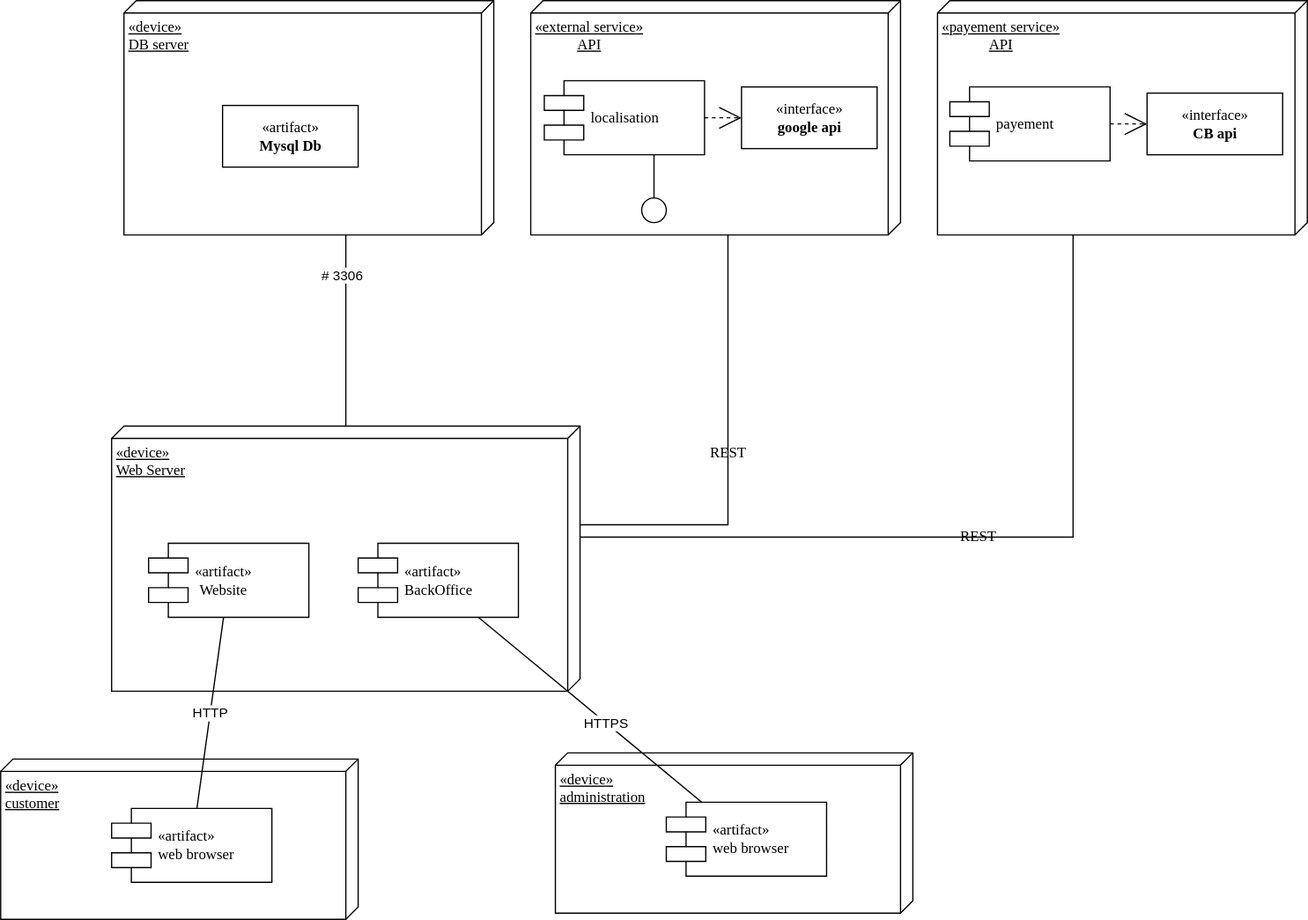
Earlier version of the draw.io export docs/DD_P6.svg (jean-charles-gibier/OC_pizza). Source tidied: cells renumbered, new cells last; positions are measured from the earlier drawing's top-left corner, leaving out a move shared by most shapes.
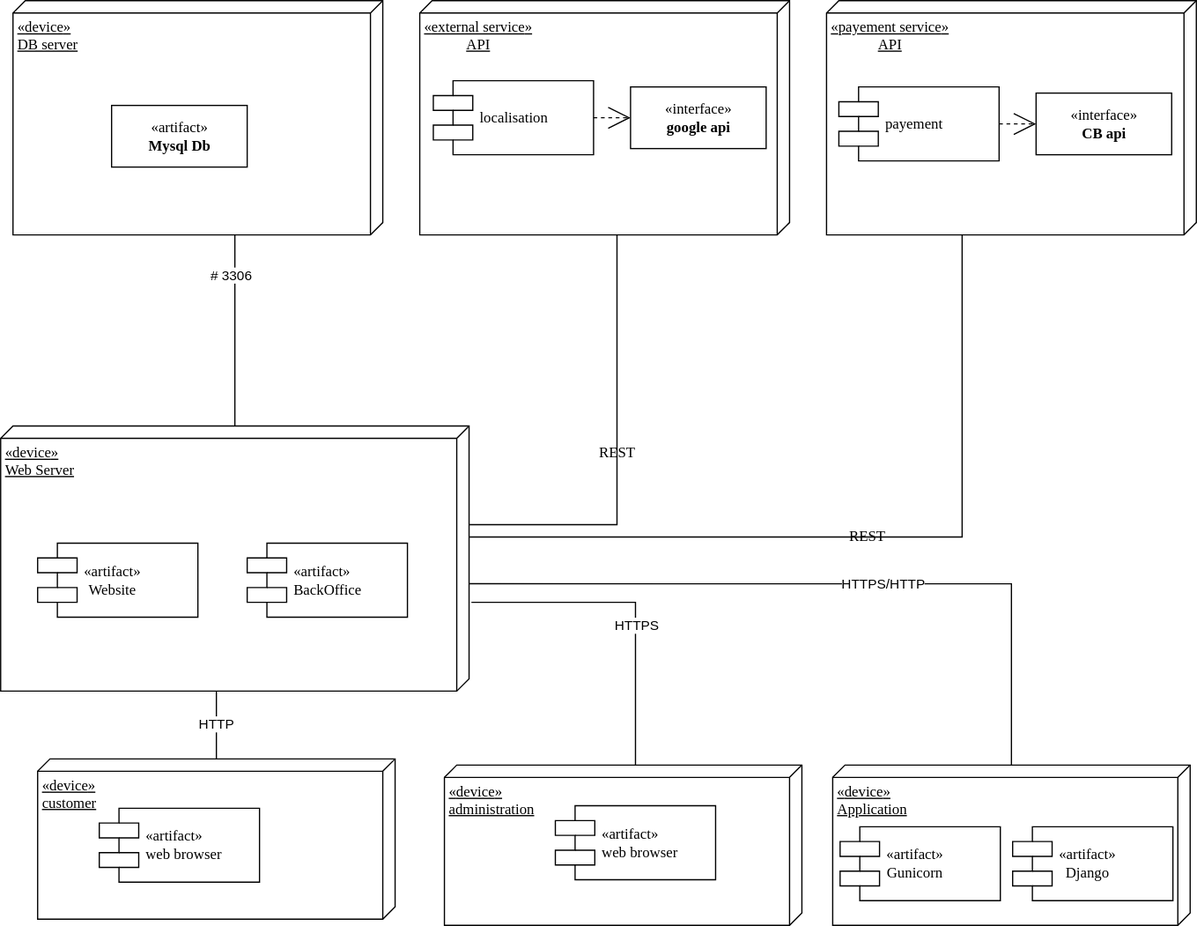
Later version of the same file.

Diff of the diagram source:
```diff
@@ -20,15 +20,9 @@
     <mxCell id="7" value="«interface»&lt;br&gt;&lt;b&gt;google api&lt;/b&gt;" style="html=1;rounded=0;shadow=0;comic=0;labelBackgroundColor=none;strokeWidth=1;fontFamily=Verdana;fontSize=12;align=center;" parent="1" vertex="1">
       <mxGeometry x="601" y="70" width="110" height="50" as="geometry" />
     </mxCell>
-    <mxCell id="8" style="ellipse;whiteSpace=wrap;html=1;rounded=0;shadow=0;comic=0;labelBackgroundColor=none;strokeWidth=1;fontFamily=Verdana;fontSize=12;align=center;" parent="1" vertex="1">
-      <mxGeometry x="520" y="160" width="20" height="20" as="geometry" />
-    </mxCell>
     <mxCell id="9" value="&lt;span style=&quot;text-align: center&quot;&gt;«&lt;/span&gt;&lt;span style=&quot;text-align: center&quot;&gt;artifact&lt;/span&gt;&lt;span style=&quot;text-align: center&quot;&gt;»&lt;/span&gt;&lt;div style=&quot;text-align: center&quot;&gt;&lt;span&gt;Website&lt;/span&gt;&lt;/div&gt;" style="shape=component;align=left;spacingLeft=36;rounded=0;shadow=0;comic=0;labelBackgroundColor=none;strokeWidth=1;fontFamily=Verdana;fontSize=12;html=1;" parent="1" vertex="1">
       <mxGeometry x="120" y="440" width="130" height="60" as="geometry" />
     </mxCell>
-    <mxCell id="10" style="edgeStyle=elbowEdgeStyle;rounded=0;html=1;labelBackgroundColor=none;startArrow=none;startFill=0;startSize=8;endArrow=none;endFill=0;endSize=16;fontFamily=Verdana;fontSize=12;" parent="1" edge="1" source="8" target="6">
-      <mxGeometry relative="1" as="geometry" />
-    </mxCell>
     <mxCell id="11" style="edgeStyle=orthogonalEdgeStyle;rounded=0;html=1;dashed=1;labelBackgroundColor=none;startArrow=none;startFill=0;startSize=8;endArrow=open;endFill=0;endSize=16;fontFamily=Verdana;fontSize=12;" parent="1" edge="1" source="6" target="7">
       <mxGeometry relative="1" as="geometry" />
     </mxCell>
@@ -72,25 +66,51 @@
       </mxGeometry>
     </mxCell>
     <mxCell id="21" value="&lt;span style=&quot;text-align: center&quot;&gt;«&lt;/span&gt;device&lt;span style=&quot;text-align: center&quot;&gt;»&lt;br&gt;&lt;/span&gt;customer" style="verticalAlign=top;align=left;spacingTop=8;spacingLeft=2;spacingRight=12;shape=cube;size=10;direction=south;fontStyle=4;html=1;rounded=0;shadow=0;comic=0;labelBackgroundColor=none;strokeWidth=1;fontFamily=Verdana;fontSize=12;" parent="1" vertex="1">
-      <mxGeometry y="615" width="290" height="130" as="geometry" />
+      <mxGeometry x="120" y="615" width="290" height="130" as="geometry" />
     </mxCell>
     <mxCell id="22" value="&lt;span style=&quot;text-align: center&quot;&gt;«&lt;/span&gt;&lt;span style=&quot;text-align: center&quot;&gt;artifact&lt;/span&gt;&lt;span style=&quot;text-align: center&quot;&gt;»&lt;/span&gt;&lt;div style=&quot;text-align: center&quot;&gt;&lt;span&gt;web browser&lt;/span&gt;&lt;/div&gt;" style="shape=component;align=left;spacingLeft=36;rounded=0;shadow=0;comic=0;labelBackgroundColor=none;strokeWidth=1;fontFamily=Verdana;fontSize=12;html=1;" parent="1" vertex="1">
-      <mxGeometry x="90" y="655" width="130" height="60" as="geometry" />
+      <mxGeometry x="170" y="655" width="130" height="60" as="geometry" />
     </mxCell>
-    <mxCell id="23" value="&lt;span style=&quot;text-align: center&quot;&gt;«&lt;/span&gt;device&lt;span&gt;»&lt;br&gt;&lt;div style=&quot;text-align: center&quot;&gt;&lt;span&gt;administration&lt;/span&gt;&lt;/div&gt;&lt;/span&gt;" style="verticalAlign=top;align=left;spacingTop=8;spacingLeft=2;spacingRight=12;shape=cube;size=10;direction=south;fontStyle=4;html=1;rounded=0;shadow=0;comic=0;labelBackgroundColor=none;strokeWidth=1;fontFamily=Verdana;fontSize=12;" parent="1" vertex="1">
-      <mxGeometry x="450" y="610" width="290" height="130" as="geometry" />
-    </mxCell>
-    <mxCell id="24" value="&lt;span style=&quot;text-align: center&quot;&gt;«&lt;/span&gt;&lt;span style=&quot;text-align: center&quot;&gt;artifact&lt;/span&gt;&lt;span style=&quot;text-align: center&quot;&gt;»&lt;/span&gt;&lt;div style=&quot;text-align: center&quot;&gt;&lt;span&gt;web browser&lt;/span&gt;&lt;/div&gt;" style="shape=component;align=left;spacingLeft=36;rounded=0;shadow=0;comic=0;labelBackgroundColor=none;strokeWidth=1;fontFamily=Verdana;fontSize=12;html=1;" parent="1" vertex="1">
-      <mxGeometry x="540" y="650" width="130" height="60" as="geometry" />
-    </mxCell>
-    <mxCell id="25" style="endArrow=none;html=1;entryX=0.75;entryY=1;entryDx=0;entryDy=0;" parent="1" edge="1" source="24" target="15">
-      <mxGeometry relative="1" as="geometry" />
+    <mxCell id="25" style="endArrow=none;html=1;entryX=0.665;entryY=-0.005;entryDx=0;entryDy=0;entryPerimeter=0;rounded=0;" parent="1" edge="1" target="4">
+      <mxGeometry relative="1" as="geometry">
+        <mxPoint x="605" y="620" as="sourcePoint" />
+        <Array as="points">
+          <mxPoint x="605" y="488" />
+        </Array>
+      </mxGeometry>
     </mxCell>
     <mxCell id="26" value="HTTPS" style="edgeLabel;html=1;align=center;verticalAlign=middle;" parent="25" vertex="1">
       <mxGeometry x="-0.14" relative="1" as="geometry" />
     </mxCell>
-    <mxCell id="27" value="HTTP" style="endArrow=none;html=1;" parent="1" edge="1" source="22" target="9">
-      <mxGeometry relative="1" as="geometry" />
+    <mxCell id="27" value="HTTP" style="endArrow=none;html=1;entryX=1;entryY=0.75;entryDx=0;entryDy=0;entryPerimeter=0;" parent="1" edge="1" source="21">
+      <mxGeometry relative="1" as="geometry">
+        <mxPoint x="265" y="560" as="targetPoint" />
+      </mxGeometry>
     </mxCell>
+    <mxCell id="23" value="&lt;span style=&quot;text-align: center&quot;&gt;«&lt;/span&gt;device&lt;span&gt;»&lt;br&gt;&lt;div style=&quot;text-align: center&quot;&gt;&lt;span&gt;administration&lt;/span&gt;&lt;/div&gt;&lt;/span&gt;" style="verticalAlign=top;align=left;spacingTop=8;spacingLeft=2;spacingRight=12;shape=cube;size=10;direction=south;fontStyle=4;html=1;rounded=0;shadow=0;comic=0;labelBackgroundColor=none;strokeWidth=1;fontFamily=Verdana;fontSize=12;" parent="1" vertex="1">
+      <mxGeometry x="450" y="620" width="290" height="130" as="geometry" />
+    </mxCell>
+    <mxCell id="24" value="&lt;span style=&quot;text-align: center&quot;&gt;«&lt;/span&gt;&lt;span style=&quot;text-align: center&quot;&gt;artifact&lt;/span&gt;&lt;span style=&quot;text-align: center&quot;&gt;»&lt;/span&gt;&lt;div style=&quot;text-align: center&quot;&gt;&lt;span&gt;web browser&lt;/span&gt;&lt;/div&gt;" style="shape=component;align=left;spacingLeft=36;rounded=0;shadow=0;comic=0;labelBackgroundColor=none;strokeWidth=1;fontFamily=Verdana;fontSize=12;html=1;" parent="1" vertex="1">
+      <mxGeometry x="540" y="653" width="130" height="60" as="geometry" />
+    </mxCell>
+    <mxCell id="28" value="&lt;span style=&quot;text-align: center&quot;&gt;«&lt;/span&gt;device&lt;span&gt;»&lt;br&gt;&lt;div style=&quot;text-align: center&quot;&gt;&lt;span&gt;Application&lt;/span&gt;&lt;/div&gt;&lt;/span&gt;" style="verticalAlign=top;align=left;spacingTop=8;spacingLeft=2;spacingRight=12;shape=cube;size=10;direction=south;fontStyle=4;html=1;rounded=0;shadow=0;comic=0;labelBackgroundColor=none;strokeWidth=1;fontFamily=Verdana;fontSize=12;" parent="1" vertex="1">
+      <mxGeometry x="765" y="620" width="290" height="130" as="geometry" />
+    </mxCell>
+    <mxCell id="29" value="&lt;span style=&quot;text-align: center&quot;&gt;«&lt;/span&gt;&lt;span style=&quot;text-align: center&quot;&gt;artifact&lt;/span&gt;&lt;span style=&quot;text-align: center&quot;&gt;»&lt;/span&gt;&lt;div style=&quot;text-align: center&quot;&gt;&lt;span&gt;Gunicorn&lt;/span&gt;&lt;/div&gt;" style="shape=component;align=left;spacingLeft=36;rounded=0;shadow=0;comic=0;labelBackgroundColor=none;strokeWidth=1;fontFamily=Verdana;fontSize=12;html=1;" parent="1" vertex="1">
+      <mxGeometry x="771" y="670" width="130" height="60" as="geometry" />
+    </mxCell>
+    <mxCell id="30" value="&lt;span style=&quot;text-align: center&quot;&gt;«&lt;/span&gt;&lt;span style=&quot;text-align: center&quot;&gt;artifact&lt;/span&gt;&lt;span style=&quot;text-align: center&quot;&gt;»&lt;/span&gt;&lt;div style=&quot;text-align: center&quot;&gt;&lt;span&gt;Django&lt;/span&gt;&lt;/div&gt;" style="shape=component;align=left;spacingLeft=36;rounded=0;shadow=0;comic=0;labelBackgroundColor=none;strokeWidth=1;fontFamily=Verdana;fontSize=12;html=1;" parent="1" vertex="1">
+      <mxGeometry x="911" y="670" width="130" height="60" as="geometry" />
+    </mxCell>
+    <mxCell id="31" style="endArrow=none;html=1;entryX=0.595;entryY=0;entryDx=0;entryDy=0;entryPerimeter=0;rounded=0;" parent="1" edge="1" source="28" target="4">
+      <mxGeometry relative="1" as="geometry">
+        <Array as="points">
+          <mxPoint x="910" y="473" />
+        </Array>
+      </mxGeometry>
+    </mxCell>
+    <mxCell id="32" value="HTTPS/HTTP" style="edgeLabel;html=1;align=center;verticalAlign=middle;" parent="31" vertex="1">
+      <mxGeometry x="-0.14" relative="1" as="geometry" />
+    </mxCell>
   </root>
 </mxGraphModel>
```
